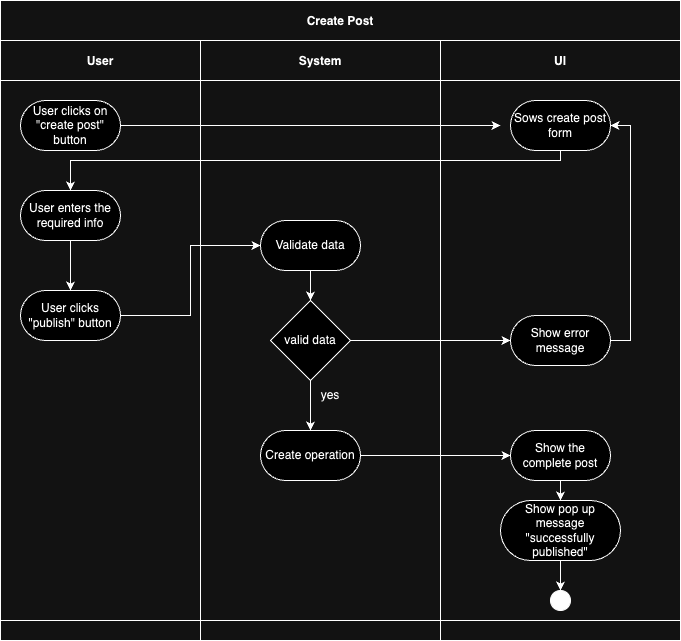
millisom/GluGuide keeps this draw.io diagram as Assets/Create post drawio.drawio.png. Above is the earlier version. Source tidied: cells renumbered, new cells last; positions are measured from the earlier drawing's top-left corner, leaving out a move shared by most shapes. The source it was exported from:
```xml
<mxGraphModel>
  <root>
    <mxCell id="0" />
    <mxCell id="1" parent="0" />
    <mxCell id="2" value="Create Post" style="shape=table;startSize=40;fillColor=none;fontStyle=1;" parent="1" vertex="1">
      <mxGeometry width="680" height="640" as="geometry" />
    </mxCell>
    <mxCell id="3" style="shape=tableRow;horizontal=0;swimlaneHead=0;swimlaneBody=0;top=0;left=0;bottom=0;right=0;fillColor=none;startSize=0;fontStyle=1;" parent="2" vertex="1">
      <mxGeometry y="40" width="680" height="580" as="geometry" />
    </mxCell>
    <mxCell id="4" value="User" style="swimlane;swimlaneHead=0;swimlaneBody=0;fillColor=none;startSize=40;fontStyle=1;" parent="3" vertex="1">
      <mxGeometry width="200" height="580" as="geometry" />
    </mxCell>
    <mxCell id="5" value="User clicks on &quot;create post&quot; button" style="rounded=1;whiteSpace=wrap;html=1;arcSize=50;" parent="4" vertex="1">
      <mxGeometry x="20" y="60" width="100" height="50" as="geometry" />
    </mxCell>
    <mxCell id="6" style="edgeStyle=orthogonalEdgeStyle;rounded=0;jettySize=auto;html=1;" parent="4" edge="1" source="7" target="8">
      <mxGeometry relative="1" as="geometry" />
    </mxCell>
    <mxCell id="7" value="User enters the required info" style="rounded=1;whiteSpace=wrap;html=1;arcSize=50;" parent="4" vertex="1">
      <mxGeometry x="20" y="150" width="100" height="50" as="geometry" />
    </mxCell>
    <mxCell id="8" value="User clicks &quot;publish&quot; button" style="rounded=1;whiteSpace=wrap;html=1;arcSize=50;" parent="4" vertex="1">
      <mxGeometry x="20" y="250" width="100" height="50" as="geometry" />
    </mxCell>
    <mxCell id="9" value="System" style="swimlane;swimlaneHead=0;swimlaneBody=0;fillColor=none;startSize=40;fontStyle=1;" parent="3" vertex="1">
      <mxGeometry x="200" width="240" height="580" as="geometry" />
    </mxCell>
    <mxCell id="10" style="edgeStyle=orthogonalEdgeStyle;rounded=0;jettySize=auto;html=1;" parent="9" edge="1" source="11" target="13">
      <mxGeometry relative="1" as="geometry" />
    </mxCell>
    <mxCell id="11" value="Validate data" style="rounded=1;whiteSpace=wrap;html=1;arcSize=50;" parent="9" vertex="1">
      <mxGeometry x="60" y="180" width="100" height="50" as="geometry" />
    </mxCell>
    <mxCell id="12" style="edgeStyle=orthogonalEdgeStyle;rounded=0;jettySize=auto;html=1;" parent="9" edge="1" source="13" target="14">
      <mxGeometry relative="1" as="geometry" />
    </mxCell>
    <mxCell id="13" value="valid data" style="rhombus;whiteSpace=wrap;html=1;" parent="9" vertex="1">
      <mxGeometry x="70" y="260" width="80" height="80" as="geometry" />
    </mxCell>
    <mxCell id="14" value="Create operation" style="rounded=1;whiteSpace=wrap;html=1;arcSize=50;" parent="9" vertex="1">
      <mxGeometry x="60" y="390" width="100" height="50" as="geometry" />
    </mxCell>
    <mxCell id="15" value="yes" style="text;html=1;align=center;verticalAlign=middle;whiteSpace=wrap;rounded=0;" parent="9" vertex="1">
      <mxGeometry x="100" y="340" width="60" height="30" as="geometry" />
    </mxCell>
    <mxCell id="16" value="UI" style="swimlane;swimlaneHead=0;swimlaneBody=0;fillColor=none;startSize=40;fontStyle=1;" parent="3" vertex="1">
      <mxGeometry x="440" width="240" height="580" as="geometry" />
    </mxCell>
    <mxCell id="17" value="Sows create post form" style="rounded=1;whiteSpace=wrap;html=1;arcSize=50;" parent="16" vertex="1">
      <mxGeometry x="70" y="60" width="100" height="50" as="geometry" />
    </mxCell>
    <mxCell id="18" style="edgeStyle=orthogonalEdgeStyle;rounded=0;jettySize=auto;html=1;exitX=1;exitY=0.5;exitDx=0;exitDy=0;entryX=1;entryY=0.5;entryDx=0;entryDy=0;" parent="16" edge="1" source="19" target="17">
      <mxGeometry relative="1" as="geometry" />
    </mxCell>
    <mxCell id="19" value="Show error message" style="rounded=1;whiteSpace=wrap;html=1;arcSize=50;" parent="16" vertex="1">
      <mxGeometry x="70" y="275" width="100" height="50" as="geometry" />
    </mxCell>
    <mxCell id="20" style="edgeStyle=orthogonalEdgeStyle;rounded=0;jettySize=auto;html=1;" parent="16" edge="1" source="21" target="23">
      <mxGeometry relative="1" as="geometry" />
    </mxCell>
    <mxCell id="21" value="Show the complete post" style="rounded=1;whiteSpace=wrap;html=1;arcSize=50;" parent="16" vertex="1">
      <mxGeometry x="70" y="390" width="100" height="50" as="geometry" />
    </mxCell>
    <mxCell id="22" style="edgeStyle=orthogonalEdgeStyle;rounded=0;jettySize=auto;html=1;" parent="16" edge="1" source="23" target="24">
      <mxGeometry relative="1" as="geometry" />
    </mxCell>
    <mxCell id="23" value="Show pop up message &quot;successfully published&quot;" style="whiteSpace=wrap;html=1;rounded=1;arcSize=50;" parent="16" vertex="1">
      <mxGeometry x="60" y="460" width="120" height="60" as="geometry" />
    </mxCell>
    <mxCell id="24" style="ellipse;whiteSpace=wrap;html=1;fillColor=#000000;" parent="16" vertex="1">
      <mxGeometry x="110" y="550" width="20" height="20" as="geometry" />
    </mxCell>
    <mxCell id="25" style="edgeStyle=orthogonalEdgeStyle;rounded=0;jettySize=auto;html=1;entryX=0;entryY=0.5;entryDx=0;entryDy=0;" parent="3" edge="1" source="5">
      <mxGeometry relative="1" as="geometry">
        <mxPoint x="500" y="85" as="targetPoint" />
      </mxGeometry>
    </mxCell>
    <mxCell id="26" style="edgeStyle=orthogonalEdgeStyle;rounded=0;jettySize=auto;html=1;" parent="3" edge="1" source="17" target="7">
      <mxGeometry relative="1" as="geometry">
        <Array as="points">
          <mxPoint x="560" y="120" />
          <mxPoint x="70" y="120" />
        </Array>
      </mxGeometry>
    </mxCell>
    <mxCell id="27" style="edgeStyle=orthogonalEdgeStyle;rounded=0;jettySize=auto;html=1;entryX=0;entryY=0.5;entryDx=0;entryDy=0;" parent="3" edge="1" source="8" target="11">
      <mxGeometry relative="1" as="geometry" />
    </mxCell>
    <mxCell id="28" style="edgeStyle=orthogonalEdgeStyle;rounded=0;jettySize=auto;html=1;entryX=0;entryY=0.5;entryDx=0;entryDy=0;" parent="3" edge="1" source="13" target="19">
      <mxGeometry relative="1" as="geometry" />
    </mxCell>
    <mxCell id="29" style="edgeStyle=orthogonalEdgeStyle;rounded=0;jettySize=auto;html=1;entryX=0;entryY=0.5;entryDx=0;entryDy=0;" parent="3" edge="1" source="14" target="21">
      <mxGeometry relative="1" as="geometry" />
    </mxCell>
    <mxCell id="30" style="shape=tableRow;horizontal=0;swimlaneHead=0;swimlaneBody=0;top=0;left=0;bottom=0;right=0;fillColor=none;startSize=0;fontStyle=1;" parent="2" vertex="1">
      <mxGeometry y="620" width="680" height="20" as="geometry" />
    </mxCell>
    <mxCell id="31" style="swimlane;swimlaneHead=0;swimlaneBody=0;fillColor=none;startSize=0;fontStyle=1;" parent="30" vertex="1">
      <mxGeometry width="200" height="20" as="geometry" />
    </mxCell>
    <mxCell id="32" style="swimlane;swimlaneHead=0;swimlaneBody=0;fillColor=none;startSize=0;fontStyle=1;" parent="30" vertex="1">
      <mxGeometry x="200" width="240" height="20" as="geometry" />
    </mxCell>
    <mxCell id="33" style="swimlane;swimlaneHead=0;swimlaneBody=0;fillColor=none;startSize=0;fontStyle=1;" parent="30" vertex="1">
      <mxGeometry x="440" width="240" height="20" as="geometry" />
    </mxCell>
  </root>
</mxGraphModel>
```
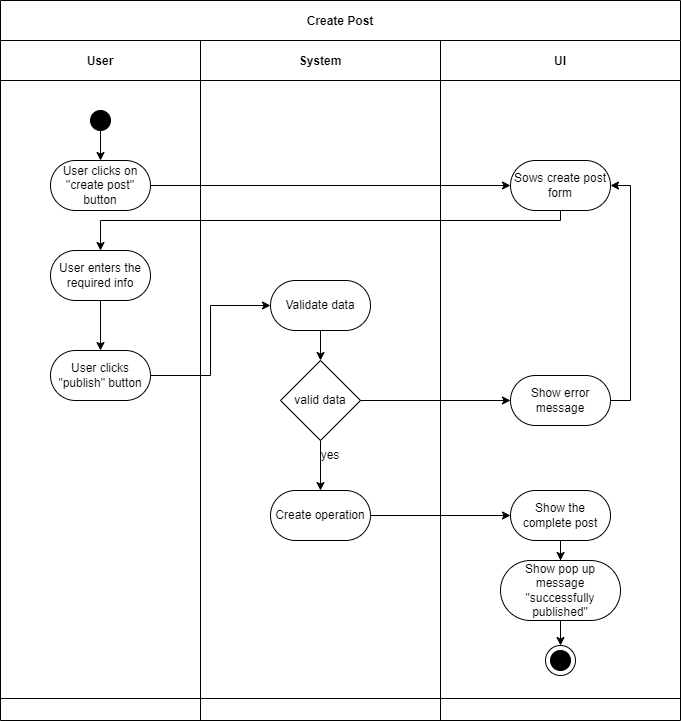
After the change.

Commit message:
Update Create Account Diagram

Diff of the diagram source:
```diff
@@ -3,84 +3,96 @@
     <mxCell id="0" />
     <mxCell id="1" parent="0" />
     <mxCell id="2" value="Create Post" style="shape=table;startSize=40;fillColor=none;fontStyle=1;" parent="1" vertex="1">
-      <mxGeometry width="680" height="640" as="geometry" />
+      <mxGeometry width="680" height="720" as="geometry" />
     </mxCell>
     <mxCell id="3" style="shape=tableRow;horizontal=0;swimlaneHead=0;swimlaneBody=0;top=0;left=0;bottom=0;right=0;fillColor=none;startSize=0;fontStyle=1;" parent="2" vertex="1">
-      <mxGeometry y="40" width="680" height="580" as="geometry" />
+      <mxGeometry y="40" width="680" height="658" as="geometry" />
     </mxCell>
     <mxCell id="4" value="User" style="swimlane;swimlaneHead=0;swimlaneBody=0;fillColor=none;startSize=40;fontStyle=1;" parent="3" vertex="1">
-      <mxGeometry width="200" height="580" as="geometry" />
+      <mxGeometry width="200" height="658" as="geometry" />
     </mxCell>
     <mxCell id="5" value="User clicks on &quot;create post&quot; button" style="rounded=1;whiteSpace=wrap;html=1;arcSize=50;" parent="4" vertex="1">
-      <mxGeometry x="20" y="60" width="100" height="50" as="geometry" />
+      <mxGeometry x="50" y="120" width="100" height="50" as="geometry" />
     </mxCell>
     <mxCell id="6" style="edgeStyle=orthogonalEdgeStyle;rounded=0;jettySize=auto;html=1;" parent="4" edge="1" source="7" target="8">
-      <mxGeometry relative="1" as="geometry" />
+      <mxGeometry relative="1" as="geometry">
+        <Array as="points">
+          <mxPoint x="100" y="300" />
+          <mxPoint x="100" y="300" />
+        </Array>
+      </mxGeometry>
     </mxCell>
     <mxCell id="7" value="User enters the required info" style="rounded=1;whiteSpace=wrap;html=1;arcSize=50;" parent="4" vertex="1">
-      <mxGeometry x="20" y="150" width="100" height="50" as="geometry" />
+      <mxGeometry x="50" y="210" width="100" height="50" as="geometry" />
     </mxCell>
     <mxCell id="8" value="User clicks &quot;publish&quot; button" style="rounded=1;whiteSpace=wrap;html=1;arcSize=50;" parent="4" vertex="1">
-      <mxGeometry x="20" y="250" width="100" height="50" as="geometry" />
+      <mxGeometry x="50" y="310" width="100" height="50" as="geometry" />
     </mxCell>
+    <mxCell id="34" style="edgeStyle=none;html=1;" parent="4" edge="1" source="35" target="5">
+      <mxGeometry relative="1" as="geometry" />
+    </mxCell>
+    <mxCell id="35" style="ellipse;whiteSpace=wrap;html=1;fillColor=#000000;" parent="4" vertex="1">
+      <mxGeometry x="90" y="70" width="20" height="20" as="geometry" />
+    </mxCell>
     <mxCell id="9" value="System" style="swimlane;swimlaneHead=0;swimlaneBody=0;fillColor=none;startSize=40;fontStyle=1;" parent="3" vertex="1">
-      <mxGeometry x="200" width="240" height="580" as="geometry" />
+      <mxGeometry x="200" width="240" height="658" as="geometry" />
     </mxCell>
     <mxCell id="10" style="edgeStyle=orthogonalEdgeStyle;rounded=0;jettySize=auto;html=1;" parent="9" edge="1" source="11" target="13">
       <mxGeometry relative="1" as="geometry" />
     </mxCell>
     <mxCell id="11" value="Validate data" style="rounded=1;whiteSpace=wrap;html=1;arcSize=50;" parent="9" vertex="1">
-      <mxGeometry x="60" y="180" width="100" height="50" as="geometry" />
+      <mxGeometry x="70" y="240" width="100" height="50" as="geometry" />
     </mxCell>
     <mxCell id="12" style="edgeStyle=orthogonalEdgeStyle;rounded=0;jettySize=auto;html=1;" parent="9" edge="1" source="13" target="14">
       <mxGeometry relative="1" as="geometry" />
     </mxCell>
     <mxCell id="13" value="valid data" style="rhombus;whiteSpace=wrap;html=1;" parent="9" vertex="1">
-      <mxGeometry x="70" y="260" width="80" height="80" as="geometry" />
+      <mxGeometry x="80" y="320" width="80" height="80" as="geometry" />
     </mxCell>
     <mxCell id="14" value="Create operation" style="rounded=1;whiteSpace=wrap;html=1;arcSize=50;" parent="9" vertex="1">
-      <mxGeometry x="60" y="390" width="100" height="50" as="geometry" />
+      <mxGeometry x="70" y="450" width="100" height="50" as="geometry" />
     </mxCell>
     <mxCell id="15" value="yes" style="text;html=1;align=center;verticalAlign=middle;whiteSpace=wrap;rounded=0;" parent="9" vertex="1">
-      <mxGeometry x="100" y="340" width="60" height="30" as="geometry" />
+      <mxGeometry x="100" y="400" width="60" height="30" as="geometry" />
     </mxCell>
     <mxCell id="16" value="UI" style="swimlane;swimlaneHead=0;swimlaneBody=0;fillColor=none;startSize=40;fontStyle=1;" parent="3" vertex="1">
-      <mxGeometry x="440" width="240" height="580" as="geometry" />
+      <mxGeometry x="440" width="240" height="658" as="geometry" />
     </mxCell>
     <mxCell id="17" value="Sows create post form" style="rounded=1;whiteSpace=wrap;html=1;arcSize=50;" parent="16" vertex="1">
-      <mxGeometry x="70" y="60" width="100" height="50" as="geometry" />
+      <mxGeometry x="70" y="120" width="100" height="50" as="geometry" />
     </mxCell>
     <mxCell id="18" style="edgeStyle=orthogonalEdgeStyle;rounded=0;jettySize=auto;html=1;exitX=1;exitY=0.5;exitDx=0;exitDy=0;entryX=1;entryY=0.5;entryDx=0;entryDy=0;" parent="16" edge="1" source="19" target="17">
       <mxGeometry relative="1" as="geometry" />
     </mxCell>
     <mxCell id="19" value="Show error message" style="rounded=1;whiteSpace=wrap;html=1;arcSize=50;" parent="16" vertex="1">
-      <mxGeometry x="70" y="275" width="100" height="50" as="geometry" />
+      <mxGeometry x="70" y="335" width="100" height="50" as="geometry" />
     </mxCell>
     <mxCell id="20" style="edgeStyle=orthogonalEdgeStyle;rounded=0;jettySize=auto;html=1;" parent="16" edge="1" source="21" target="23">
       <mxGeometry relative="1" as="geometry" />
     </mxCell>
     <mxCell id="21" value="Show the complete post" style="rounded=1;whiteSpace=wrap;html=1;arcSize=50;" parent="16" vertex="1">
-      <mxGeometry x="70" y="390" width="100" height="50" as="geometry" />
+      <mxGeometry x="70" y="450" width="100" height="50" as="geometry" />
     </mxCell>
-    <mxCell id="22" style="edgeStyle=orthogonalEdgeStyle;rounded=0;jettySize=auto;html=1;" parent="16" edge="1" source="23" target="24">
+    <mxCell id="22" style="edgeStyle=orthogonalEdgeStyle;rounded=0;jettySize=auto;html=1;entryX=0.5;entryY=0;entryDx=0;entryDy=0;" parent="16" edge="1" source="23" target="36">
       <mxGeometry relative="1" as="geometry" />
     </mxCell>
     <mxCell id="23" value="Show pop up message &quot;successfully published&quot;" style="whiteSpace=wrap;html=1;rounded=1;arcSize=50;" parent="16" vertex="1">
-      <mxGeometry x="60" y="460" width="120" height="60" as="geometry" />
+      <mxGeometry x="60" y="520" width="120" height="60" as="geometry" />
     </mxCell>
     <mxCell id="24" style="ellipse;whiteSpace=wrap;html=1;fillColor=#000000;" parent="16" vertex="1">
-      <mxGeometry x="110" y="550" width="20" height="20" as="geometry" />
+      <mxGeometry x="110" y="610" width="20" height="20" as="geometry" />
     </mxCell>
+    <mxCell id="36" style="ellipse;whiteSpace=wrap;html=1;fillColor=none;" parent="16" vertex="1">
+      <mxGeometry x="105" y="605" width="30" height="30" as="geometry" />
+    </mxCell>
-    <mxCell id="25" style="edgeStyle=orthogonalEdgeStyle;rounded=0;jettySize=auto;html=1;entryX=0;entryY=0.5;entryDx=0;entryDy=0;" parent="3" edge="1" source="5">
-      <mxGeometry relative="1" as="geometry">
-        <mxPoint x="500" y="85" as="targetPoint" />
-      </mxGeometry>
+    <mxCell id="25" style="edgeStyle=orthogonalEdgeStyle;rounded=0;jettySize=auto;html=1;entryX=0;entryY=0.5;entryDx=0;entryDy=0;" parent="3" edge="1" source="5" target="17">
+      <mxGeometry relative="1" as="geometry" />
     </mxCell>
     <mxCell id="26" style="edgeStyle=orthogonalEdgeStyle;rounded=0;jettySize=auto;html=1;" parent="3" edge="1" source="17" target="7">
       <mxGeometry relative="1" as="geometry">
         <Array as="points">
-          <mxPoint x="560" y="120" />
-          <mxPoint x="70" y="120" />
+          <mxPoint x="560" y="180" />
+          <mxPoint x="100" y="180" />
         </Array>
       </mxGeometry>
     </mxCell>
@@ -94,16 +106,16 @@
       <mxGeometry relative="1" as="geometry" />
     </mxCell>
     <mxCell id="30" style="shape=tableRow;horizontal=0;swimlaneHead=0;swimlaneBody=0;top=0;left=0;bottom=0;right=0;fillColor=none;startSize=0;fontStyle=1;" parent="2" vertex="1">
-      <mxGeometry y="620" width="680" height="20" as="geometry" />
+      <mxGeometry y="698" width="680" height="22" as="geometry" />
     </mxCell>
     <mxCell id="31" style="swimlane;swimlaneHead=0;swimlaneBody=0;fillColor=none;startSize=0;fontStyle=1;" parent="30" vertex="1">
-      <mxGeometry width="200" height="20" as="geometry" />
+      <mxGeometry width="200" height="22" as="geometry" />
     </mxCell>
     <mxCell id="32" style="swimlane;swimlaneHead=0;swimlaneBody=0;fillColor=none;startSize=0;fontStyle=1;" parent="30" vertex="1">
-      <mxGeometry x="200" width="240" height="20" as="geometry" />
+      <mxGeometry x="200" width="240" height="22" as="geometry" />
     </mxCell>
     <mxCell id="33" style="swimlane;swimlaneHead=0;swimlaneBody=0;fillColor=none;startSize=0;fontStyle=1;" parent="30" vertex="1">
-      <mxGeometry x="440" width="240" height="20" as="geometry" />
+      <mxGeometry x="440" width="240" height="22" as="geometry" />
     </mxCell>
   </root>
 </mxGraphModel>
```
